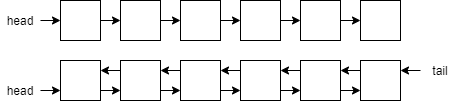
Above: img/linked_list02.drawio.png in eddiemcconkie/cse212 (draw.io), before the change. Source tidied: cells renumbered, new cells last; positions are measured from the earlier drawing's top-left corner, leaving out a move shared by most shapes.
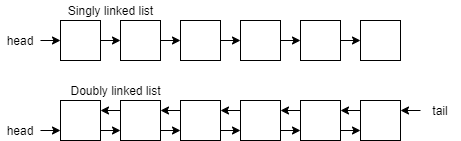
Above is the later version.

Commit message:
made some small adjustments

Change to the diagram source:
```diff
@@ -54,34 +54,34 @@
       <mxGeometry relative="1" as="geometry" />
     </mxCell>
     <mxCell id="19" style="rounded=0;whiteSpace=wrap;html=1;" parent="1" vertex="1">
-      <mxGeometry x="60" width="40" height="40" as="geometry" />
+      <mxGeometry x="60" y="-20" width="40" height="40" as="geometry" />
     </mxCell>
     <mxCell id="20" style="edgeStyle=orthogonalEdgeStyle;rounded=0;jettySize=auto;html=1;exitX=1;exitY=0.5;exitDx=0;exitDy=0;entryX=0;entryY=0.5;entryDx=0;entryDy=0;" parent="1" edge="1" source="21" target="23">
       <mxGeometry relative="1" as="geometry" />
     </mxCell>
     <mxCell id="21" style="rounded=0;whiteSpace=wrap;html=1;" parent="1" vertex="1">
-      <mxGeometry x="120" width="40" height="40" as="geometry" />
+      <mxGeometry x="120" y="-20" width="40" height="40" as="geometry" />
     </mxCell>
     <mxCell id="22" style="edgeStyle=orthogonalEdgeStyle;rounded=0;jettySize=auto;html=1;exitX=1;exitY=0.5;exitDx=0;exitDy=0;entryX=0;entryY=0.5;entryDx=0;entryDy=0;" parent="1" edge="1" source="23" target="25">
       <mxGeometry relative="1" as="geometry" />
     </mxCell>
     <mxCell id="23" style="rounded=0;whiteSpace=wrap;html=1;" parent="1" vertex="1">
-      <mxGeometry x="180" width="40" height="40" as="geometry" />
+      <mxGeometry x="180" y="-20" width="40" height="40" as="geometry" />
     </mxCell>
     <mxCell id="24" style="edgeStyle=orthogonalEdgeStyle;rounded=0;jettySize=auto;html=1;exitX=1;exitY=0.5;exitDx=0;exitDy=0;entryX=0;entryY=0.5;entryDx=0;entryDy=0;" parent="1" edge="1" source="25" target="27">
       <mxGeometry relative="1" as="geometry" />
     </mxCell>
     <mxCell id="25" style="rounded=0;whiteSpace=wrap;html=1;" parent="1" vertex="1">
-      <mxGeometry x="240" width="40" height="40" as="geometry" />
+      <mxGeometry x="240" y="-20" width="40" height="40" as="geometry" />
     </mxCell>
     <mxCell id="26" style="edgeStyle=orthogonalEdgeStyle;rounded=0;jettySize=auto;html=1;exitX=1;exitY=0.5;exitDx=0;exitDy=0;entryX=0;entryY=0.5;entryDx=0;entryDy=0;" parent="1" edge="1" source="27" target="28">
       <mxGeometry relative="1" as="geometry" />
     </mxCell>
     <mxCell id="27" style="rounded=0;whiteSpace=wrap;html=1;" parent="1" vertex="1">
-      <mxGeometry x="300" width="40" height="40" as="geometry" />
+      <mxGeometry x="300" y="-20" width="40" height="40" as="geometry" />
     </mxCell>
     <mxCell id="28" style="rounded=0;whiteSpace=wrap;html=1;" parent="1" vertex="1">
-      <mxGeometry x="360" width="40" height="40" as="geometry" />
+      <mxGeometry x="360" y="-20" width="40" height="40" as="geometry" />
     </mxCell>
     <mxCell id="29" style="edgeStyle=orthogonalEdgeStyle;rounded=0;jettySize=auto;html=1;entryX=1;entryY=0.25;entryDx=0;entryDy=0;exitX=0;exitY=0.5;exitDx=0;exitDy=0;" parent="1" edge="1" source="34" target="17">
       <mxGeometry relative="1" as="geometry" />
@@ -96,10 +96,16 @@
       <mxGeometry y="80" width="40" height="20" as="geometry" />
     </mxCell>
     <mxCell id="33" value="head" style="text;html=1;strokeColor=none;fillColor=none;align=center;verticalAlign=middle;whiteSpace=wrap;rounded=0;" parent="1" vertex="1">
-      <mxGeometry y="10" width="40" height="20" as="geometry" />
+      <mxGeometry y="-10" width="40" height="20" as="geometry" />
     </mxCell>
     <mxCell id="34" value="tail" style="text;html=1;strokeColor=none;fillColor=none;align=center;verticalAlign=middle;whiteSpace=wrap;rounded=0;" parent="1" vertex="1">
       <mxGeometry x="420" y="60" width="40" height="20" as="geometry" />
     </mxCell>
+    <mxCell id="35" value="Singly linked list" style="text;html=1;align=center;verticalAlign=middle;strokeColor=none;" parent="1" vertex="1">
+      <mxGeometry x="60" y="-40" width="100" height="20" as="geometry" />
+    </mxCell>
+    <mxCell id="36" value="Doubly linked list" style="text;html=1;align=center;verticalAlign=middle;strokeColor=none;" parent="1" vertex="1">
+      <mxGeometry x="60" y="40" width="110" height="20" as="geometry" />
+    </mxCell>
   </root>
 </mxGraphModel>
```
